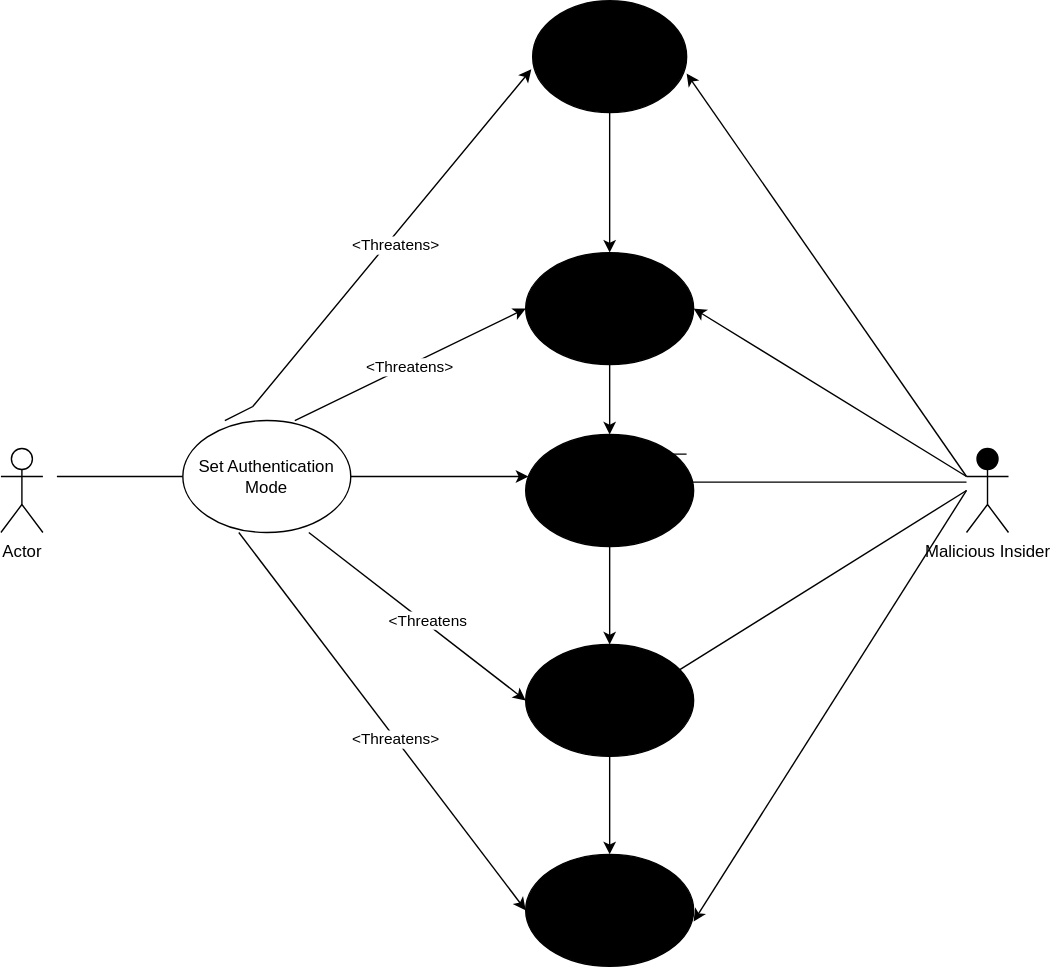
bartelsjoshuac/SAPG keeps this draw.io diagram as images/ADD - Misuse Case.svg. Above is the earlier version. Source tidied: cells renumbered, new cells last; positions are measured from the earlier drawing's top-left corner, leaving out a move shared by most shapes.
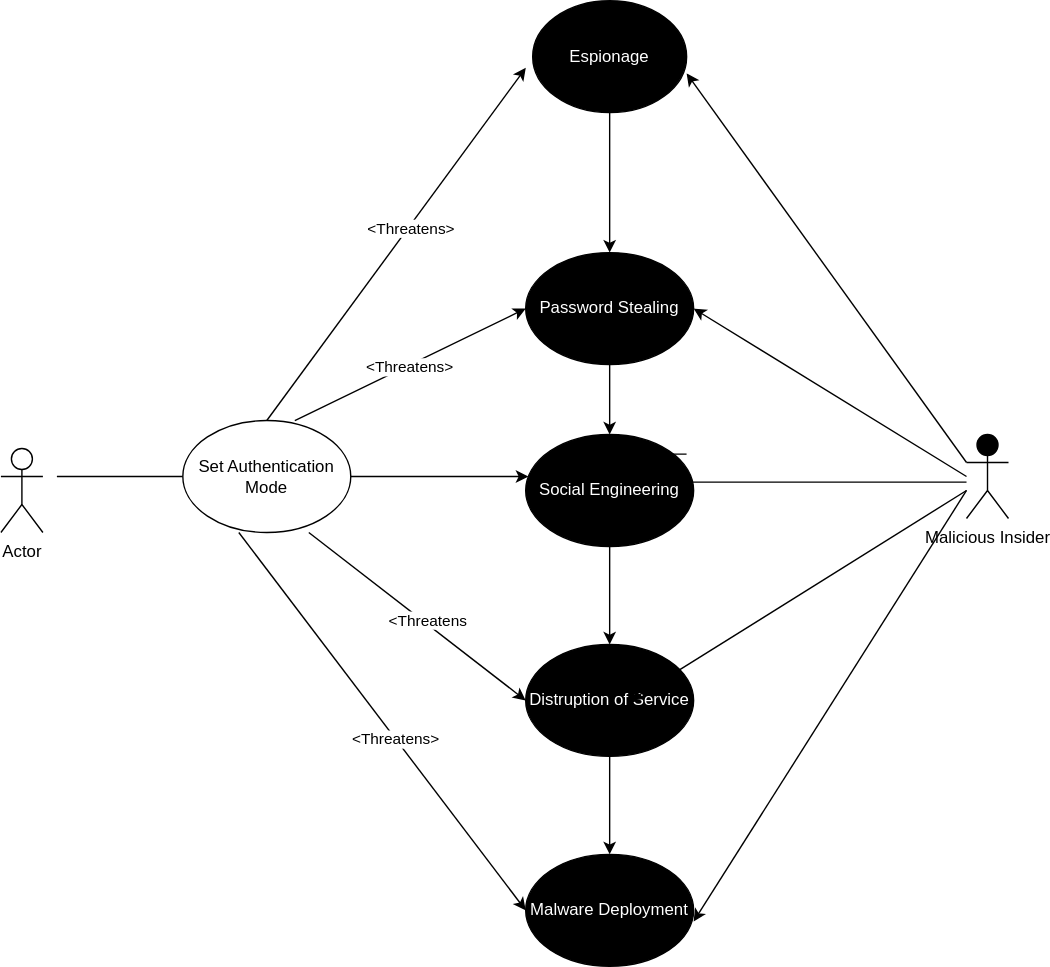
After the commit.

What changed in the source:
```diff
@@ -25,13 +25,13 @@
     <mxCell id="6" style="edgeStyle=orthogonalEdgeStyle;rounded=0;jettySize=auto;html=1;" parent="1" edge="1" source="7" target="16">
       <mxGeometry relative="1" as="geometry" />
     </mxCell>
-    <mxCell id="7" value="Distruption of Service" style="ellipse;whiteSpace=wrap;html=1;fillColor=#000000;" parent="1" vertex="1">
+    <mxCell id="7" value="&lt;font color=&quot;#ffffff&quot;&gt;Distruption of Service&lt;/font&gt;" style="ellipse;whiteSpace=wrap;html=1;fillColor=#000000;" parent="1" vertex="1">
       <mxGeometry x="375" y="460" width="120" height="80" as="geometry" />
     </mxCell>
     <mxCell id="8" style="edgeStyle=orthogonalEdgeStyle;rounded=0;jettySize=auto;html=1;" parent="1" edge="1" source="9" target="13">
       <mxGeometry relative="1" as="geometry" />
     </mxCell>
-    <mxCell id="9" value="Espionage" style="ellipse;whiteSpace=wrap;html=1;fillColor=#000000;" parent="1" vertex="1">
+    <mxCell id="9" value="&lt;font color=&quot;#ffffff&quot;&gt;Espionage&lt;/font&gt;" style="ellipse;whiteSpace=wrap;html=1;fillColor=#000000;" parent="1" vertex="1">
       <mxGeometry x="380" width="110" height="80" as="geometry" />
     </mxCell>
     <mxCell id="10" style="edgeStyle=orthogonalEdgeStyle;rounded=0;jettySize=auto;html=1;entryX=0.958;entryY=0.175;entryDx=0;entryDy=0;endArrow=none;endFill=0;entryPerimeter=0;" parent="1" edge="1" source="11" target="15">
@@ -42,21 +42,21 @@
       </mxGeometry>
     </mxCell>
     <mxCell id="11" value="Malicious Insider" style="shape=umlActor;verticalLabelPosition=bottom;verticalAlign=top;html=1;outlineConnect=0;fillColor=#000000;" parent="1" vertex="1">
-      <mxGeometry x="690" y="320" width="30" height="60" as="geometry" />
+      <mxGeometry x="690" y="310" width="30" height="60" as="geometry" />
     </mxCell>
     <mxCell id="12" style="edgeStyle=orthogonalEdgeStyle;rounded=0;jettySize=auto;html=1;" parent="1" edge="1" source="13" target="15">
       <mxGeometry relative="1" as="geometry" />
     </mxCell>
-    <mxCell id="13" value="Password Stealing" style="ellipse;whiteSpace=wrap;html=1;strokeColor=#000000;fillColor=#000000;" parent="1" vertex="1">
+    <mxCell id="13" value="&lt;font color=&quot;#ffffff&quot;&gt;Password Stealing&lt;/font&gt;" style="ellipse;whiteSpace=wrap;html=1;strokeColor=#000000;fillColor=#000000;" parent="1" vertex="1">
       <mxGeometry x="375" y="180" width="120" height="80" as="geometry" />
     </mxCell>
     <mxCell id="14" style="edgeStyle=orthogonalEdgeStyle;rounded=0;jettySize=auto;html=1;" parent="1" edge="1" source="15" target="7">
       <mxGeometry relative="1" as="geometry" />
     </mxCell>
-    <mxCell id="15" value="Social Engineering" style="ellipse;whiteSpace=wrap;html=1;strokeColor=#000000;fillColor=#000000;" parent="1" vertex="1">
+    <mxCell id="15" value="&lt;font color=&quot;#ffffff&quot;&gt;Social Engineering&lt;/font&gt;" style="ellipse;whiteSpace=wrap;html=1;strokeColor=#000000;fillColor=#000000;" parent="1" vertex="1">
       <mxGeometry x="375" y="310" width="120" height="80" as="geometry" />
     </mxCell>
-    <mxCell id="16" value="Malware Deployment" style="ellipse;whiteSpace=wrap;html=1;fillColor=#000000;" parent="1" vertex="1">
+    <mxCell id="16" value="&lt;font color=&quot;#ffffff&quot;&gt;Malware Deployment&lt;/font&gt;" style="ellipse;whiteSpace=wrap;html=1;fillColor=#000000;" parent="1" vertex="1">
       <mxGeometry x="375" y="610" width="120" height="80" as="geometry" />
     </mxCell>
     <mxCell id="17" style="endArrow=classic;html=1;rounded=0;entryX=0;entryY=0.5;entryDx=0;entryDy=0;" parent="1" edge="1" target="13">
@@ -69,17 +69,6 @@
         <mxPoint y="-1" as="offset" />
       </mxGeometry>
     </mxCell>
-    <mxCell id="19" style="endArrow=classic;html=1;rounded=0;entryX=-0.009;entryY=0.613;entryDx=0;entryDy=0;entryPerimeter=0;" parent="1" edge="1" target="9">
-      <mxGeometry relative="1" as="geometry">
-        <mxPoint x="160" y="300" as="sourcePoint" />
-        <Array as="points">
-          <mxPoint x="180" y="290" />
-        </Array>
-      </mxGeometry>
-    </mxCell>
-    <mxCell id="20" value="&amp;lt;Threatens&amp;gt;" style="edgeLabel;html=1;align=center;verticalAlign=middle;" parent="19" vertex="1">
-      <mxGeometry x="0.05" y="-5" relative="1" as="geometry" />
-    </mxCell>
     <mxCell id="21" style="endArrow=classic;html=1;rounded=0;entryX=0;entryY=0.5;entryDx=0;entryDy=0;" parent="1" edge="1" target="7">
       <mxGeometry relative="1" as="geometry">
         <mxPoint x="220" y="380" as="sourcePoint" />
@@ -96,10 +85,8 @@
     <mxCell id="24" value="&amp;lt;Threatens&amp;gt;" style="edgeLabel;html=1;align=center;verticalAlign=middle;" parent="23" vertex="1">
       <mxGeometry x="0.09" y="-1" relative="1" as="geometry" />
     </mxCell>
-    <mxCell id="25" style="endArrow=classic;html=1;rounded=0;entryX=1;entryY=0.65;entryDx=0;entryDy=0;entryPerimeter=0;" parent="1" edge="1" target="9">
-      <mxGeometry relative="1" as="geometry">
-        <mxPoint x="690" y="340" as="sourcePoint" />
-      </mxGeometry>
+    <mxCell id="25" style="endArrow=classic;html=1;rounded=0;entryX=1;entryY=0.65;entryDx=0;entryDy=0;entryPerimeter=0;exitX=0;exitY=0.3333333333333333;exitDx=0;exitDy=0;exitPerimeter=0;" parent="1" edge="1" source="11" target="9">
+      <mxGeometry relative="1" as="geometry" />
     </mxCell>
     <mxCell id="26" style="endArrow=classic;html=1;rounded=0;entryX=1;entryY=0.5;entryDx=0;entryDy=0;" parent="1" edge="1" target="13">
       <mxGeometry relative="1" as="geometry">
@@ -117,5 +104,13 @@
         <mxPoint x="690" y="350" as="sourcePoint" />
       </mxGeometry>
     </mxCell>
+    <mxCell id="29" style="endArrow=classic;html=1;rounded=0;entryX=-0.045;entryY=0.6;entryDx=0;entryDy=0;entryPerimeter=0;" parent="1" edge="1" target="9">
+      <mxGeometry relative="1" as="geometry">
+        <mxPoint x="190" y="300" as="sourcePoint" />
+      </mxGeometry>
+    </mxCell>
+    <mxCell id="20" value="&amp;lt;Threatens&amp;gt;" style="edgeLabel;html=1;align=center;verticalAlign=middle;" parent="29" vertex="1">
+      <mxGeometry x="0.09" y="-1" relative="1" as="geometry" />
+    </mxCell>
   </root>
 </mxGraphModel>
```
